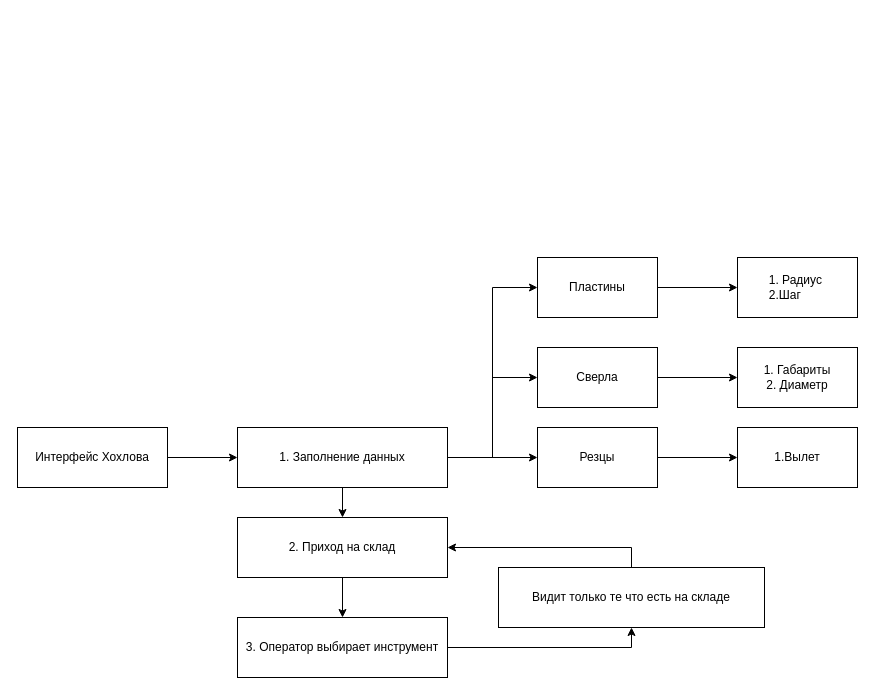
Above: doc/doc.drawio in i5anin/vue.soft.pfforum (draw.io), before the change. Source tidied: cells renumbered, new cells numbered last; positions are measured from the earlier drawing's top-left corner, leaving out a move shared by most shapes. Both pictures are drawn from the tidied source at 100%, with x=0, y=0 at pixel (17, 257).
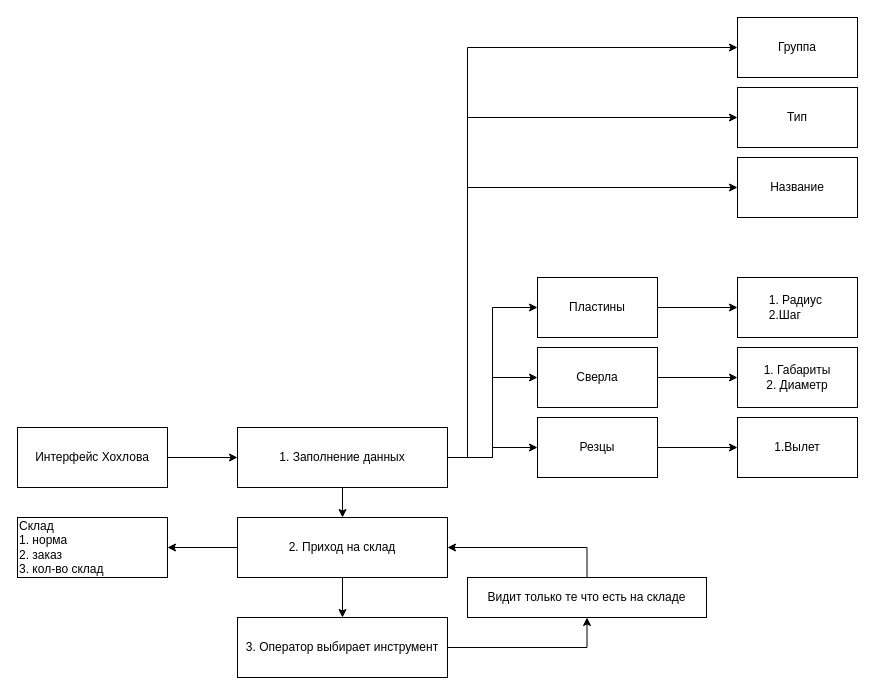
The same diagram, later.

Unchanged cells that the change refers to:
```xml
<mxCell id="6" value="1. Заполнение данных" style="rounded=0;whiteSpace=wrap;html=1;" parent="1" vertex="1">
  <mxGeometry x="220" y="170" width="210" height="60" as="geometry" />
</mxCell>
<mxCell id="8" value="2. Приход на склад" style="rounded=0;whiteSpace=wrap;html=1;" parent="1" vertex="1">
  <mxGeometry x="220" y="260" width="210" height="60" as="geometry" />
</mxCell>
```

What changed in the source:
```diff
@@
+    <mxCell id="24" style="edgeStyle=orthogonalEdgeStyle;rounded=0;jettySize=auto;html=1;exitX=1;exitY=0.5;exitDx=0;exitDy=0;entryX=0;entryY=0.5;entryDx=0;entryDy=0;" parent="1" edge="1" source="6" target="29">
+      <mxGeometry relative="1" as="geometry">
+        <Array as="points">
+          <mxPoint x="450" y="200" />
+          <mxPoint x="450" y="-70" />
+        </Array>
+      </mxGeometry>
+    </mxCell>
+    <mxCell id="25" style="edgeStyle=orthogonalEdgeStyle;rounded=0;jettySize=auto;html=1;exitX=1;exitY=0.5;exitDx=0;exitDy=0;entryX=0;entryY=0.5;entryDx=0;entryDy=0;" parent="1" edge="1" source="6" target="30">
+      <mxGeometry relative="1" as="geometry">
+        <Array as="points">
+          <mxPoint x="450" y="200" />
+          <mxPoint x="450" y="-140" />
+        </Array>
+      </mxGeometry>
+    </mxCell>
+    <mxCell id="26" style="edgeStyle=orthogonalEdgeStyle;rounded=0;jettySize=auto;html=1;exitX=1;exitY=0.5;exitDx=0;exitDy=0;entryX=0;entryY=0.5;entryDx=0;entryDy=0;" parent="1" edge="1" source="6" target="31">
+      <mxGeometry relative="1" as="geometry">
+        <Array as="points">
+          <mxPoint x="450" y="200" />
+          <mxPoint x="450" y="-210" />
+        </Array>
+      </mxGeometry>
+    </mxCell>
@@
+    <mxCell id="27" style="edgeStyle=orthogonalEdgeStyle;rounded=0;jettySize=auto;html=1;exitX=0;exitY=0.5;exitDx=0;exitDy=0;entryX=1;entryY=0.5;entryDx=0;entryDy=0;" parent="1" edge="1" source="8" target="28">
+      <mxGeometry relative="1" as="geometry" />
+    </mxCell>
@@
     <mxCell id="12" value="Пластины" style="rounded=0;whiteSpace=wrap;html=1;" parent="1" vertex="1">
-      <mxGeometry x="520" width="120" height="60" as="geometry" />
+      <mxGeometry x="520" y="20" width="120" height="60" as="geometry" />
     </mxCell>
@@
     <mxCell id="16" value="Резцы" style="rounded=0;whiteSpace=wrap;html=1;" parent="1" vertex="1">
-      <mxGeometry x="520" y="170" width="120" height="60" as="geometry" />
+      <mxGeometry x="520" y="160" width="120" height="60" as="geometry" />
     </mxCell>
     <mxCell id="17" value="1. Радиус&amp;nbsp;&lt;br&gt;&lt;div style=&quot;text-align: left;&quot;&gt;&lt;span style=&quot;background-color: initial;&quot;&gt;2.Шаг&lt;/span&gt;&lt;/div&gt;" style="rounded=0;whiteSpace=wrap;html=1;" parent="1" vertex="1">
-      <mxGeometry x="720" width="120" height="60" as="geometry" />
+      <mxGeometry x="720" y="20" width="120" height="60" as="geometry" />
     </mxCell>
@@
     <mxCell id="19" value="1.Вылет" style="rounded=0;whiteSpace=wrap;html=1;" parent="1" vertex="1">
-      <mxGeometry x="720" y="170" width="120" height="60" as="geometry" />
+      <mxGeometry x="720" y="160" width="120" height="60" as="geometry" />
     </mxCell>
@@
     <mxCell id="21" value="Видит только те что есть на складе" style="rounded=0;whiteSpace=wrap;html=1;" parent="1" vertex="1">
-      <mxGeometry x="481" y="310" width="266" height="60" as="geometry" />
+      <mxGeometry x="450" y="320" width="239" height="40" as="geometry" />
     </mxCell>
@@
+    <mxCell id="28" value="Склад&lt;br style=&quot;border-color: var(--border-color);&quot;&gt;&lt;span style=&quot;&quot;&gt;1. норма&lt;/span&gt;&lt;br style=&quot;border-color: var(--border-color);&quot;&gt;&lt;span style=&quot;&quot;&gt;2. заказ&lt;/span&gt;&lt;br style=&quot;border-color: var(--border-color);&quot;&gt;&lt;span style=&quot;&quot;&gt;3. кол-во склад&lt;/span&gt;" style="rounded=0;whiteSpace=wrap;html=1;align=left;" parent="1" vertex="1">
+      <mxGeometry y="260" width="150" height="60" as="geometry" />
+    </mxCell>
+    <mxCell id="29" value="Название" style="rounded=0;whiteSpace=wrap;html=1;" parent="1" vertex="1">
+      <mxGeometry x="720" y="-100" width="120" height="60" as="geometry" />
+    </mxCell>
+    <mxCell id="30" value="Тип" style="rounded=0;whiteSpace=wrap;html=1;" parent="1" vertex="1">
+      <mxGeometry x="720" y="-170" width="120" height="60" as="geometry" />
+    </mxCell>
+    <mxCell id="31" value="&lt;span style=&quot;font-weight: normal;&quot;&gt;Группа&lt;/span&gt;" style="rounded=0;whiteSpace=wrap;html=1;fontStyle=1;" parent="1" vertex="1">
+      <mxGeometry x="720" y="-240" width="120" height="60" as="geometry" />
+    </mxCell>
```
